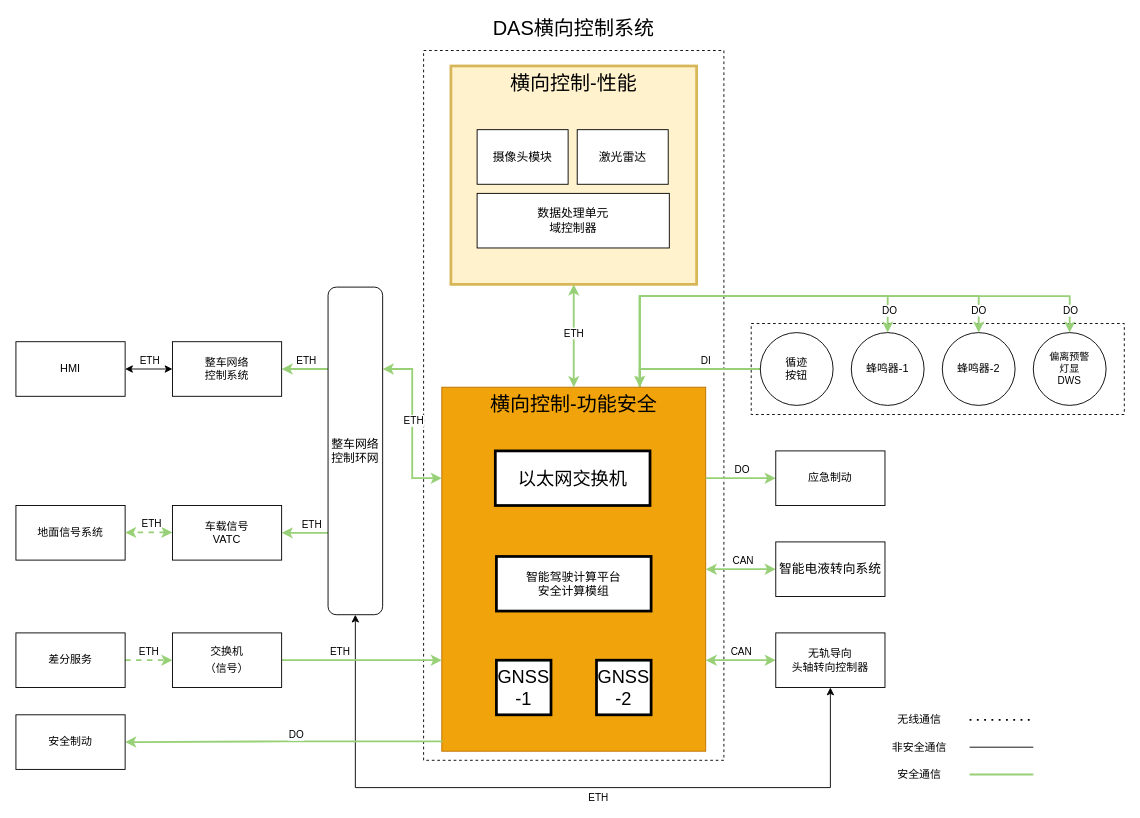
Earlier version of the draw.io diagram page "横向控制安全部分与外部系统关联关系图" (7 of 16) of 马来DAS系统关联关系图.drawio (FrankWong-cs/SharingwithColleagues). Source tidied: cells renumbered, new cells numbered last; positions are measured from the earlier drawing's top-left corner, leaving out a move shared by most shapes. Both pictures are drawn from the tidied source at 91%, with x=0, y=0 at pixel (15, 15).
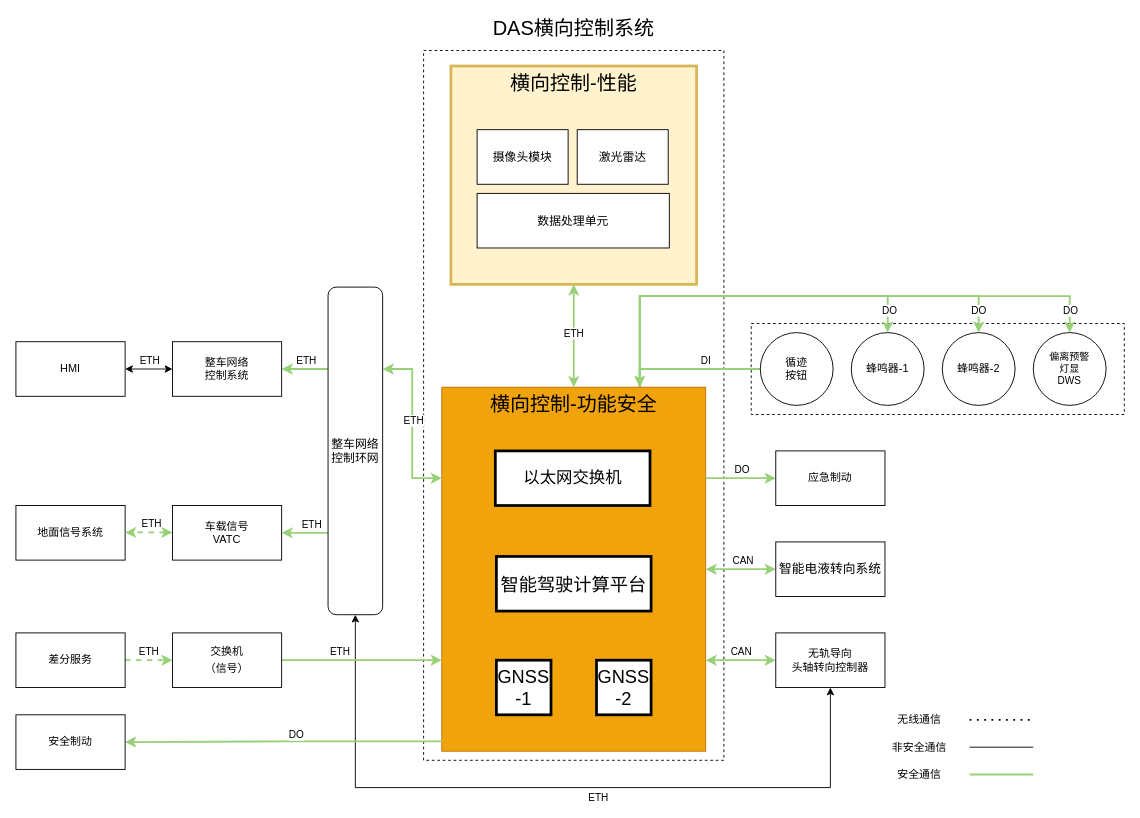
After the change.

Commit message:
Update 马来DAS系统关联关系图.drawio

The edit, as a diff of the source:
```diff
@@
-    <mxCell id="13" value="&lt;div style=&quot;font-size: 13px;&quot;&gt;&lt;div style=&quot;white-space: pre;&quot;&gt;&lt;span style=&quot;&quot;&gt;智能驾驶计算平台&lt;/span&gt;&lt;/div&gt;&lt;div style=&quot;white-space: pre;&quot;&gt;&lt;span style=&quot;&quot;&gt;安全计算模组&lt;/span&gt;&lt;/div&gt;&lt;/div&gt;" style="rounded=0;whiteSpace=wrap;html=1;fontSize=20;strokeWidth=3;strokeColor=default;align=center;verticalAlign=middle;fontFamily=Helvetica;fontColor=default;fillColor=default;" parent="1" vertex="1">
+    <mxCell id="13" value="&lt;div style=&quot;&quot;&gt;&lt;div style=&quot;white-space: pre;&quot;&gt;&lt;font style=&quot;font-size: 20px;&quot;&gt;智能驾驶计算平台&lt;/font&gt;&lt;/div&gt;&lt;/div&gt;" style="rounded=0;whiteSpace=wrap;html=1;fontSize=20;strokeWidth=3;strokeColor=default;align=center;verticalAlign=middle;fontFamily=Helvetica;fontColor=default;fillColor=default;" parent="1" vertex="1">
       <mxGeometry x="528" y="594" width="170" height="60" as="geometry" />
     </mxCell>
-    <mxCell id="14" value="以太网交换机" style="rounded=0;whiteSpace=wrap;html=1;fontSize=20;strokeWidth=3;" parent="1" vertex="1">
+    <mxCell id="14" value="以太网交换机" style="rounded=0;whiteSpace=wrap;html=1;fontSize=18;strokeWidth=3;" parent="1" vertex="1">
       <mxGeometry x="526.8" y="478" width="170" height="60" as="geometry" />
     </mxCell>
@@
-    <mxCell id="19" value="&lt;div style=&quot;white-space: pre;&quot;&gt;&lt;div&gt;&lt;div&gt;&lt;span style=&quot;font-family: LarkHackSafariFont, LarkEmojiFont, LarkChineseQuote, -apple-system, BlinkMacSystemFont, &amp;quot;Helvetica Neue&amp;quot;, Tahoma, &amp;quot;PingFang SC&amp;quot;, &amp;quot;Microsoft Yahei&amp;quot;, Arial, &amp;quot;Hiragino Sans GB&amp;quot;, sans-serif, &amp;quot;Apple Color Emoji&amp;quot;, &amp;quot;Segoe UI Emoji&amp;quot;, &amp;quot;Segoe UI Symbol&amp;quot;, &amp;quot;Noto Color Emoji&amp;quot;;&quot;&gt;数据处理单元&lt;/span&gt;&lt;/div&gt;&lt;div&gt;&lt;span style=&quot;font-family: LarkHackSafariFont, LarkEmojiFont, LarkChineseQuote, -apple-system, BlinkMacSystemFont, &amp;quot;Helvetica Neue&amp;quot;, Tahoma, &amp;quot;PingFang SC&amp;quot;, &amp;quot;Microsoft Yahei&amp;quot;, Arial, &amp;quot;Hiragino Sans GB&amp;quot;, sans-serif, &amp;quot;Apple Color Emoji&amp;quot;, &amp;quot;Segoe UI Emoji&amp;quot;, &amp;quot;Segoe UI Symbol&amp;quot;, &amp;quot;Noto Color Emoji&amp;quot;;&quot;&gt;域控制器&lt;/span&gt;&lt;/div&gt;&lt;/div&gt;&lt;/div&gt;" style="rounded=0;whiteSpace=wrap;html=1;fontSize=13;strokeWidth=1;" parent="1" vertex="1">
+    <mxCell id="19" value="&lt;div style=&quot;white-space: pre;&quot;&gt;&lt;div&gt;&lt;span style=&quot;font-family: LarkHackSafariFont, LarkEmojiFont, LarkChineseQuote, -apple-system, BlinkMacSystemFont, &amp;quot;Helvetica Neue&amp;quot;, Tahoma, &amp;quot;PingFang SC&amp;quot;, &amp;quot;Microsoft Yahei&amp;quot;, Arial, &amp;quot;Hiragino Sans GB&amp;quot;, sans-serif, &amp;quot;Apple Color Emoji&amp;quot;, &amp;quot;Segoe UI Emoji&amp;quot;, &amp;quot;Segoe UI Symbol&amp;quot;, &amp;quot;Noto Color Emoji&amp;quot;;&quot;&gt;数据处理单元&lt;/span&gt;&lt;/div&gt;&lt;/div&gt;" style="rounded=0;whiteSpace=wrap;html=1;fontSize=13;strokeWidth=1;" parent="1" vertex="1">
       <mxGeometry x="506.8" y="195" width="211.2" height="60" as="geometry" />
     </mxCell>
```
